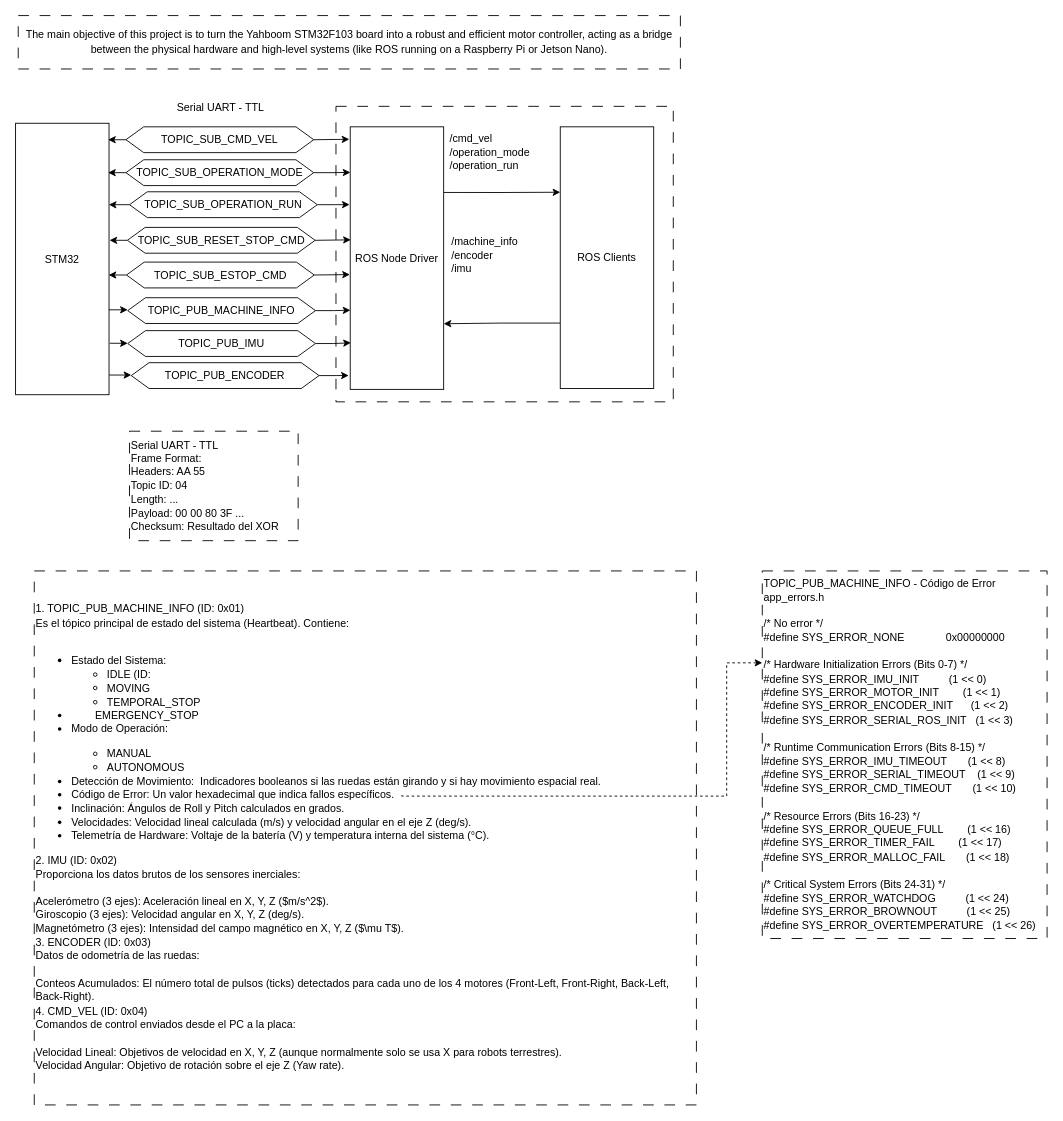
ipobletev/yahboom-stm32f103-ros-boardcontrol keeps this draw.io diagram as page "General" (1 of 5) of docs/device.drawio. Above is the earlier version. Source tidied: cells renumbered, new cells numbered last; positions are measured from the earlier drawing's top-left corner, leaving out a move shared by most shapes. Both pictures are drawn from the tidied source at 89%, with x=0, y=0 at pixel (15, 15).
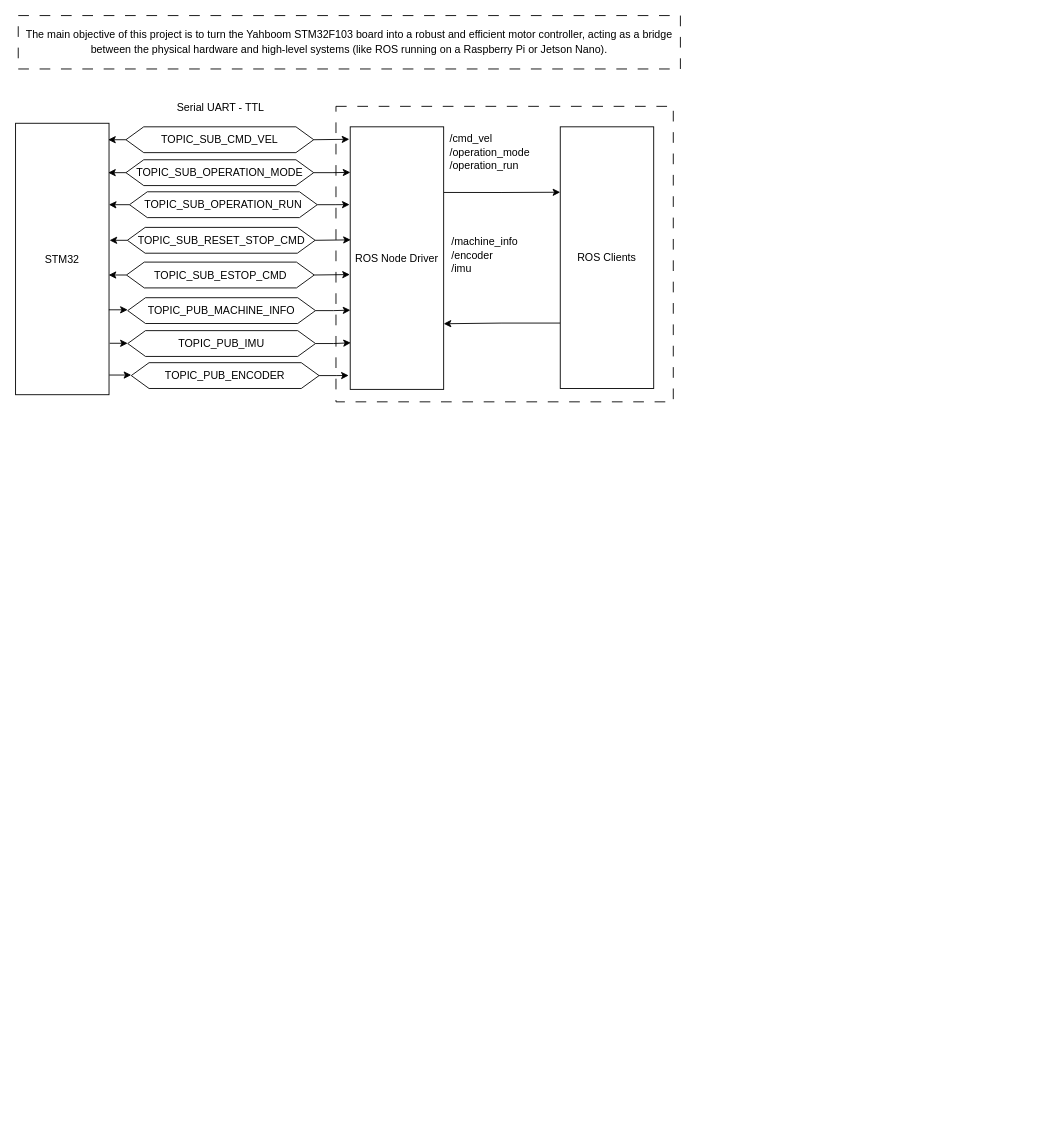
Above is the later version.

The edit, as a diff of the source:
```diff
@@
-    <mxCell id="36" value="&lt;div&gt;&lt;font face=&quot;Helvetica&quot;&gt;1. TOPIC_PUB_MACHINE_INFO (ID: 0x01)&lt;/font&gt;&lt;/div&gt;&lt;div&gt;&lt;font face=&quot;Helvetica&quot;&gt;Es el tópico principal de estado del sistema (Heartbeat). Contiene:&lt;/font&gt;&lt;/div&gt;&lt;div&gt;&lt;font face=&quot;Helvetica&quot;&gt;&lt;br&gt;&lt;/font&gt;&lt;/div&gt;&lt;div&gt;&lt;ul&gt;&lt;li&gt;&lt;font face=&quot;Helvetica&quot;&gt;Estado del Sistema:&amp;nbsp;&lt;/font&gt;&lt;/li&gt;&lt;ul&gt;&lt;li&gt;&lt;font face=&quot;Helvetica&quot;&gt;IDLE (ID:&amp;nbsp;&lt;/font&gt;&lt;/li&gt;&lt;li&gt;&lt;font face=&quot;Helvetica&quot;&gt;MOVING&lt;/font&gt;&lt;/li&gt;&lt;li&gt;&lt;font face=&quot;Helvetica&quot;&gt;TEMPORAL_STOP&lt;/font&gt;&lt;/li&gt;&lt;/ul&gt;&lt;li&gt;&lt;font face=&quot;Helvetica&quot;&gt;&lt;span style=&quot;white-space: pre;&quot;&gt;&#9;&lt;/span&gt;EMERGENCY_STOP&lt;/font&gt;&lt;/li&gt;&lt;li&gt;&lt;font face=&quot;Helvetica&quot;&gt;Modo de Operación:&amp;nbsp;&lt;/font&gt;&lt;/li&gt;&lt;/ul&gt;&lt;/div&gt;&lt;div&gt;&lt;ul&gt;&lt;ul&gt;&lt;li&gt;&lt;font face=&quot;Helvetica&quot;&gt;MANUAL&amp;nbsp;&lt;/font&gt;&lt;/li&gt;&lt;li&gt;&lt;font face=&quot;Helvetica&quot;&gt;AUTONOMOUS&lt;/font&gt;&lt;/li&gt;&lt;/ul&gt;&lt;li&gt;&lt;font face=&quot;Helvetica&quot;&gt;Detección de Movimiento:&amp;nbsp;&amp;nbsp;&lt;/font&gt;&lt;span style=&quot;font-family: Helvetica; background-color: initial;&quot;&gt;Indicadores booleanos si las ruedas están girando y si hay movimiento espacial real.&lt;/span&gt;&lt;/li&gt;&lt;li&gt;&lt;font face=&quot;Helvetica&quot;&gt;Código de Error: Un valor hexadecimal que indica fallos específicos.&lt;/font&gt;&lt;/li&gt;&lt;li&gt;&lt;font face=&quot;Helvetica&quot;&gt;Inclinación: Ángulos de Roll y Pitch calculados en grados.&lt;/font&gt;&lt;/li&gt;&lt;li&gt;&lt;font face=&quot;Helvetica&quot;&gt;Velocidades: Velocidad lineal calculada (m/s) y velocidad angular en el eje Z (deg/s).&lt;/font&gt;&lt;/li&gt;&lt;li&gt;&lt;font face=&quot;Helvetica&quot;&gt;Telemetría de Hardware: Voltaje de la batería (V) y temperatura interna del sistema (°C).&lt;/font&gt;&lt;/li&gt;&lt;/ul&gt;&lt;/div&gt;&lt;div&gt;&lt;font face=&quot;Helvetica&quot;&gt;2. IMU (ID: 0x02)&lt;/font&gt;&lt;/div&gt;&lt;div&gt;&lt;font face=&quot;Helvetica&quot;&gt;Proporciona los datos brutos de los sensores inerciales:&lt;/font&gt;&lt;/div&gt;&lt;div&gt;&lt;font face=&quot;Helvetica&quot;&gt;&lt;br&gt;&lt;/font&gt;&lt;/div&gt;&lt;div&gt;&lt;font face=&quot;Helvetica&quot;&gt;Acelerómetro (3 ejes): Aceleración lineal en X, Y, Z ($m/s^2$).&lt;/font&gt;&lt;/div&gt;&lt;div&gt;&lt;font face=&quot;Helvetica&quot;&gt;Giroscopio (3 ejes): Velocidad angular en X, Y, Z (deg/s).&lt;/font&gt;&lt;/div&gt;&lt;div&gt;&lt;font face=&quot;Helvetica&quot;&gt;Magnetómetro (3 ejes): Intensidad del campo magnético en X, Y, Z ($\mu T$).&lt;/font&gt;&lt;/div&gt;&lt;div&gt;&lt;font face=&quot;Helvetica&quot;&gt;3. ENCODER (ID: 0x03)&lt;/font&gt;&lt;/div&gt;&lt;div&gt;&lt;font face=&quot;Helvetica&quot;&gt;Datos de odometría de las ruedas:&lt;/font&gt;&lt;/div&gt;&lt;div&gt;&lt;font face=&quot;Helvetica&quot;&gt;&lt;br&gt;&lt;/font&gt;&lt;/div&gt;&lt;div&gt;&lt;font face=&quot;Helvetica&quot;&gt;Conteos Acumulados: El número total de pulsos (ticks) detectados para cada uno de los 4 motores (Front-Left, Front-Right, Back-Left, Back-Right).&lt;/font&gt;&lt;/div&gt;&lt;div&gt;&lt;font face=&quot;Helvetica&quot;&gt;4. CMD_VEL (ID: 0x04)&lt;/font&gt;&lt;/div&gt;&lt;div&gt;&lt;font face=&quot;Helvetica&quot;&gt;Comandos de control enviados desde el PC a la placa:&lt;/font&gt;&lt;/div&gt;&lt;div&gt;&lt;font face=&quot;Helvetica&quot;&gt;&lt;br&gt;&lt;/font&gt;&lt;/div&gt;&lt;div&gt;&lt;font face=&quot;Helvetica&quot;&gt;Velocidad Lineal: Objetivos de velocidad en X, Y, Z (aunque normalmente solo se usa X para robots terrestres).&lt;/font&gt;&lt;/div&gt;&lt;div&gt;&lt;font face=&quot;Helvetica&quot;&gt;Velocidad Angular: Objetivo de rotación sobre el eje Z (Yaw rate).&lt;/font&gt;&lt;/div&gt;" style="rounded=0;whiteSpace=wrap;html=1;hachureGap=4;fontFamily=Architects Daughter;dashed=1;dashPattern=12 12;align=left;" parent="1" vertex="1">
-      <mxGeometry x="21" y="624" width="744" height="600" as="geometry" />
-    </mxCell>
-    <mxCell id="37" value="&lt;div&gt;&lt;span style=&quot;background-color: initial;&quot;&gt;&lt;font face=&quot;Helvetica&quot;&gt;Serial UART - TTL&lt;br&gt;&lt;/font&gt;&lt;/span&gt;&lt;font face=&quot;Helvetica&quot;&gt;Frame Format:&lt;br&gt;Headers: AA 55&lt;/font&gt;&lt;/div&gt;&lt;div&gt;&lt;font face=&quot;Helvetica&quot;&gt;Topic ID: 04&lt;/font&gt;&lt;/div&gt;&lt;div&gt;&lt;font face=&quot;Helvetica&quot;&gt;Length: ...&lt;/font&gt;&lt;/div&gt;&lt;div&gt;&lt;font face=&quot;Helvetica&quot;&gt;Payload: 00 00 80 3F ...&amp;nbsp;&lt;/font&gt;&lt;/div&gt;&lt;div&gt;&lt;font face=&quot;Helvetica&quot;&gt;Checksum: Resultado del XOR&lt;/font&gt;&lt;/div&gt;" style="rounded=0;whiteSpace=wrap;html=1;hachureGap=4;fontFamily=Architects Daughter;dashed=1;dashPattern=12 12;align=left;" parent="1" vertex="1">
-      <mxGeometry x="128" y="467" width="189.5" height="123" as="geometry" />
-    </mxCell>
-    <mxCell id="38" value="&lt;div&gt;&lt;span style=&quot;font-family: Helvetica;&quot;&gt;TOPIC_PUB_MACHINE_INFO -&amp;nbsp;&lt;/span&gt;&lt;span style=&quot;font-family: Helvetica; background-color: initial;&quot;&gt;Código de Error&lt;/span&gt;&lt;br&gt;&lt;/div&gt;&lt;div&gt;&lt;span style=&quot;background-color: initial;&quot;&gt;&lt;font face=&quot;Helvetica&quot;&gt;app_errors.h&lt;br&gt;&lt;/font&gt;&lt;br&gt;&lt;/span&gt;&lt;/div&gt;&lt;div&gt;&lt;font face=&quot;Helvetica&quot;&gt;/* No error */&lt;/font&gt;&lt;/div&gt;&lt;div&gt;&lt;font face=&quot;Helvetica&quot;&gt;#define SYS_ERROR_NONE&amp;nbsp; &amp;nbsp; &amp;nbsp; &amp;nbsp; &amp;nbsp; &amp;nbsp; &amp;nbsp; 0x00000000&lt;/font&gt;&lt;/div&gt;&lt;div&gt;&lt;font face=&quot;Helvetica&quot;&gt;&lt;br&gt;&lt;/font&gt;&lt;/div&gt;&lt;div&gt;&lt;font face=&quot;Helvetica&quot;&gt;/* Hardware Initialization Errors (Bits 0-7) */&lt;/font&gt;&lt;/div&gt;&lt;div&gt;&lt;font face=&quot;Helvetica&quot;&gt;#define SYS_ERROR_IMU_INIT&amp;nbsp; &amp;nbsp; &amp;nbsp; &amp;nbsp; &amp;nbsp; (1 &amp;lt;&amp;lt; 0)&lt;/font&gt;&lt;/div&gt;&lt;div&gt;&lt;font face=&quot;Helvetica&quot;&gt;#define SYS_ERROR_MOTOR_INIT&amp;nbsp; &amp;nbsp; &amp;nbsp; &amp;nbsp; (1 &amp;lt;&amp;lt; 1)&lt;/font&gt;&lt;/div&gt;&lt;div&gt;&lt;font face=&quot;Helvetica&quot;&gt;#define SYS_ERROR_ENCODER_INIT&amp;nbsp; &amp;nbsp; &amp;nbsp; (1 &amp;lt;&amp;lt; 2)&lt;/font&gt;&lt;/div&gt;&lt;div&gt;&lt;font face=&quot;Helvetica&quot;&gt;#define SYS_ERROR_SERIAL_ROS_INIT&amp;nbsp; &amp;nbsp;(1 &amp;lt;&amp;lt; 3)&lt;/font&gt;&lt;/div&gt;&lt;div&gt;&lt;font face=&quot;Helvetica&quot;&gt;&lt;br&gt;&lt;/font&gt;&lt;/div&gt;&lt;div&gt;&lt;font face=&quot;Helvetica&quot;&gt;/* Runtime Communication Errors (Bits 8-15) */&lt;/font&gt;&lt;/div&gt;&lt;div&gt;&lt;font face=&quot;Helvetica&quot;&gt;#define SYS_ERROR_IMU_TIMEOUT&amp;nbsp; &amp;nbsp; &amp;nbsp; &amp;nbsp;(1 &amp;lt;&amp;lt; 8)&lt;/font&gt;&lt;/div&gt;&lt;div&gt;&lt;font face=&quot;Helvetica&quot;&gt;#define SYS_ERROR_SERIAL_TIMEOUT&amp;nbsp; &amp;nbsp; (1 &amp;lt;&amp;lt; 9)&lt;/font&gt;&lt;/div&gt;&lt;div&gt;&lt;font face=&quot;Helvetica&quot;&gt;#define SYS_ERROR_CMD_TIMEOUT&amp;nbsp; &amp;nbsp; &amp;nbsp; &amp;nbsp;(1 &amp;lt;&amp;lt; 10)&lt;/font&gt;&lt;/div&gt;&lt;div&gt;&lt;font face=&quot;Helvetica&quot;&gt;&lt;br&gt;&lt;/font&gt;&lt;/div&gt;&lt;div&gt;&lt;font face=&quot;Helvetica&quot;&gt;/* Resource Errors (Bits 16-23) */&lt;/font&gt;&lt;/div&gt;&lt;div&gt;&lt;font face=&quot;Helvetica&quot;&gt;#define SYS_ERROR_QUEUE_FULL&amp;nbsp; &amp;nbsp; &amp;nbsp; &amp;nbsp; (1 &amp;lt;&amp;lt; 16)&lt;/font&gt;&lt;/div&gt;&lt;div&gt;&lt;font face=&quot;Helvetica&quot;&gt;#define SYS_ERROR_TIMER_FAIL&amp;nbsp; &amp;nbsp; &amp;nbsp; &amp;nbsp; (1 &amp;lt;&amp;lt; 17)&lt;/font&gt;&lt;/div&gt;&lt;div&gt;&lt;font face=&quot;Helvetica&quot;&gt;#define SYS_ERROR_MALLOC_FAIL&amp;nbsp; &amp;nbsp; &amp;nbsp; &amp;nbsp;(1 &amp;lt;&amp;lt; 18)&lt;/font&gt;&lt;/div&gt;&lt;div&gt;&lt;font face=&quot;Helvetica&quot;&gt;&lt;br&gt;&lt;/font&gt;&lt;/div&gt;&lt;div&gt;&lt;font face=&quot;Helvetica&quot;&gt;/* Critical System Errors (Bits 24-31) */&lt;/font&gt;&lt;/div&gt;&lt;div&gt;&lt;font face=&quot;Helvetica&quot;&gt;#define SYS_ERROR_WATCHDOG&amp;nbsp; &amp;nbsp; &amp;nbsp; &amp;nbsp; &amp;nbsp; (1 &amp;lt;&amp;lt; 24)&lt;/font&gt;&lt;/div&gt;&lt;div&gt;&lt;font face=&quot;Helvetica&quot;&gt;#define SYS_ERROR_BROWNOUT&amp;nbsp; &amp;nbsp; &amp;nbsp; &amp;nbsp; &amp;nbsp; (1 &amp;lt;&amp;lt; 25)&lt;/font&gt;&lt;/div&gt;&lt;div&gt;&lt;font face=&quot;Helvetica&quot;&gt;#define SYS_ERROR_OVERTEMPERATURE&amp;nbsp; &amp;nbsp;(1 &amp;lt;&amp;lt; 26)&lt;/font&gt;&lt;/div&gt;" style="rounded=0;whiteSpace=wrap;html=1;hachureGap=4;fontFamily=Architects Daughter;dashed=1;dashPattern=12 12;align=left;" parent="1" vertex="1">
-      <mxGeometry x="839" y="624" width="320" height="413" as="geometry" />
-    </mxCell>
-    <mxCell id="39" style="edgeStyle=orthogonalEdgeStyle;rounded=0;hachureGap=4;jettySize=auto;html=1;entryX=0;entryY=0.25;entryDx=0;entryDy=0;fontFamily=Architects Daughter;dashed=1;" parent="1" edge="1" target="38">
-      <mxGeometry relative="1" as="geometry">
-        <mxPoint x="434" y="876" as="sourcePoint" />
-        <Array as="points">
-          <mxPoint x="799" y="877" />
-          <mxPoint x="799" y="727" />
-        </Array>
-      </mxGeometry>
-    </mxCell>
```
